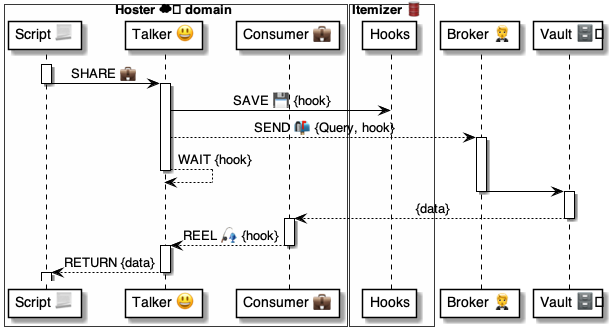
This is 4 ⚙️ Solution/35 💬 Chats/😃 Talkers/😃⚙️ Talker cmds/...methods 🤵/SHARE 💼/💼 SHARE ⚙️ uml.png from pollyweb-org/pollyweb-docs, a PlantUML export, as it was before one commit. Its source is kept beside it as 4 ⚙️ Solution/35 💬 Chats/😃 Talkers/😃⚙️ Talker cmds/...methods 🤵/SHARE 💼/💼 SHARE ⚙️ uml.puml.
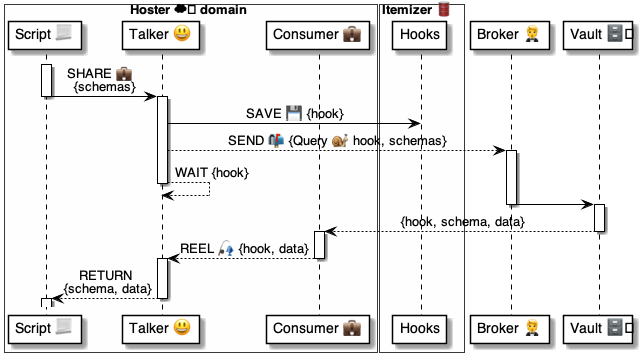
After the change.

Diff of the diagram source:
```diff
@@ -14,12 +14,12 @@
 participant "Vault 🗄️" as vault
 
 activate script
-    script -> talker: SHARE 💼
+    script -> talker: SHARE 💼 \n {schemas}
 deactivate script
 
 activate talker
     talker -> hooks: SAVE 💾 {hook}
-    talker --> broker: SEND 📬 {Query, hook}
+    talker --> broker: SEND 📬 {Query 🐌 hook, schemas}
     activate broker
     talker --> talker: WAIT {hook}
 deactivate talker
@@ -27,15 +27,15 @@
     broker -> vault:
     deactivate broker
     activate vault
-        vault --> consumer: {data}
+        vault --> consumer: {hook, schema, data}
     deactivate vault
 
 activate consumer
-    consumer --> talker: REEL 🎣 {hook}
+    consumer --> talker: REEL 🎣 {hook, data}
 deactivate consumer
 
 activate talker
-    talker --> script: RETURN {data}
+    talker --> script: RETURN \n{schema, data}
 deactivate talker
 
 activate script
```
